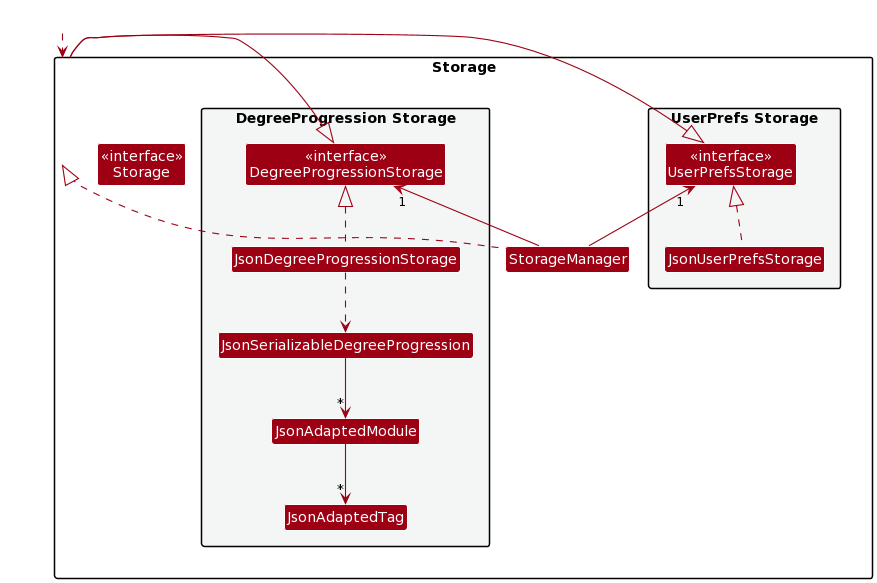
Above: docs/images/StorageClassDiagram.png in nus-cs2103-AY2223S2/tp (PlantUML), before the change.
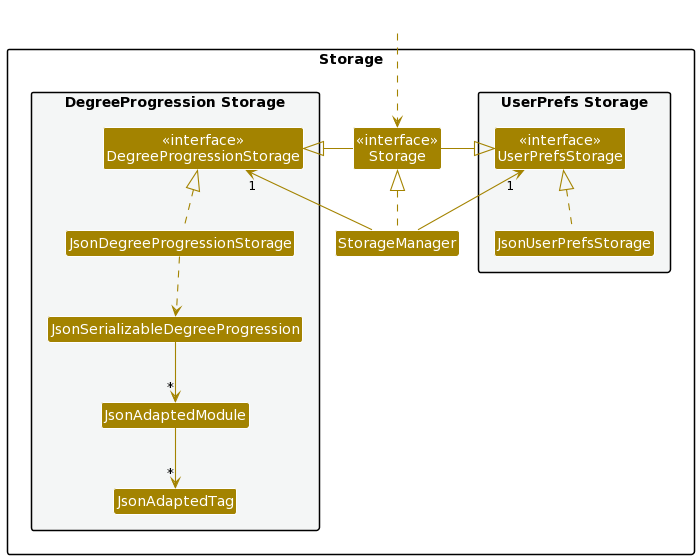
The same diagram one commit later.

Commit message:
Replace diagrams with arrows pointing to package instead of interface

Change to the diagram source:
```diff
@@ -65,9 +65,11 @@
 hide footbox
 hide members
 hide circle
+
 skinparam arrowThickness 1.1
-skinparam arrowColor MODEL_COLOR
-skinparam classBackgroundColor MODEL_COLOR
+skinparam arrowColor STORAGE_COLOR
+skinparam classBackgroundColor STORAGE_COLOR
+
 
 package Storage{
 
@@ -76,7 +78,7 @@
 Class JsonUserPrefsStorage
 }
 
-Class "<<interface>>\nStorage" as Storage
+Class "<<interface>>\nStorage" as Storage1
 Class StorageManager
 
 package "DegreeProgression Storage" #F4F6F6{
@@ -90,14 +92,14 @@
 }
 
 Class HiddenOutside #FFFFFF
-HiddenOutside ..> Storage
+HiddenOutside ..> Storage1
 
-StorageManager .up.|> Storage
+StorageManager .up.|> Storage1
 StorageManager -up-> "1" UserPrefsStorage
 StorageManager -up-> "1" DegreeProgressionStorage
 
-Storage -left-|> UserPrefsStorage
-Storage -right-|> DegreeProgressionStorage
+Storage1 -left-|> UserPrefsStorage
+Storage1 -right-|> DegreeProgressionStorage
 
 JsonUserPrefsStorage .up.|> UserPrefsStorage
 JsonDegreeProgressionStorage .up.|> DegreeProgressionStorage
```
